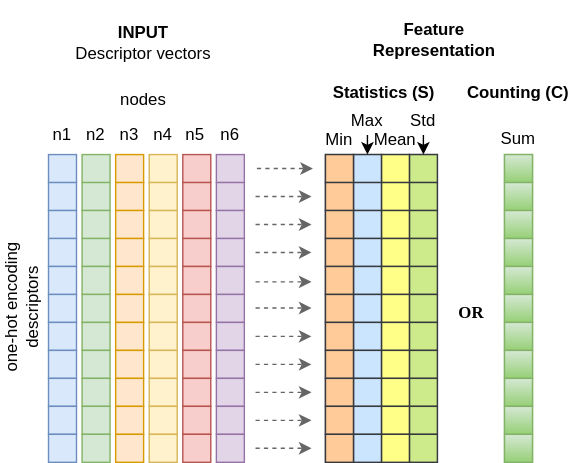
Before: figures/learning_model_fw_Hoffmann.svg, a diagram exported from draw.io (jajupmochi/RedoxPrediction). Source tidied: cells renumbered, new cells last; positions are measured from the earlier drawing's top-left corner, leaving out a move shared by most shapes.
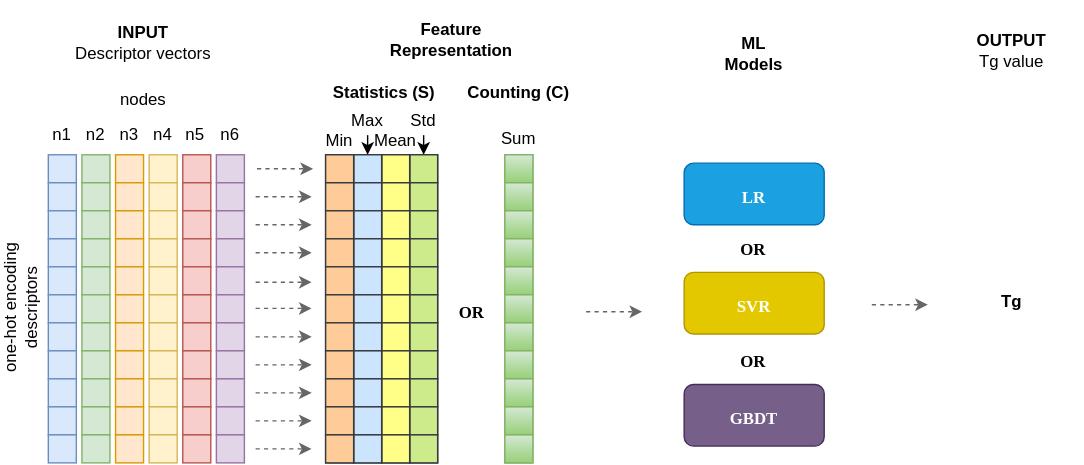
The same diagram one commit later.

Change to the diagram source:
```diff
@@ -228,7 +228,7 @@
       <mxGeometry x="124" y="56" width="60" height="30" as="geometry" />
     </mxCell>
     <mxCell id="77" value="&lt;div&gt;&lt;b&gt;Feature&lt;/b&gt;&lt;/div&gt;&lt;div&gt;&lt;b&gt;Representation&lt;/b&gt;&lt;/div&gt;" style="text;html=1;strokeColor=none;fillColor=none;align=center;verticalAlign=middle;whiteSpace=wrap;rounded=0;" parent="1" vertex="1">
-      <mxGeometry x="312" y="8" width="100" height="40" as="geometry" />
+      <mxGeometry x="324" y="8" width="100" height="40" as="geometry" />
     </mxCell>
     <mxCell id="78" value="&lt;b&gt;Statistics (S)&lt;br&gt;&lt;/b&gt;" style="text;html=1;strokeColor=none;fillColor=none;align=center;verticalAlign=middle;whiteSpace=wrap;rounded=0;" parent="1" vertex="1">
       <mxGeometry x="274" y="48" width="104" height="36" as="geometry" />
@@ -524,5 +524,50 @@
     <mxCell id="164" value="n6" style="text;html=1;strokeColor=none;fillColor=none;align=center;verticalAlign=middle;whiteSpace=wrap;rounded=0;" parent="1" vertex="1">
       <mxGeometry x="201" y="86" width="30" height="20" as="geometry" />
     </mxCell>
+    <mxCell id="165" value="&lt;b&gt;ML&lt;/b&gt;&lt;div&gt;&lt;b&gt;Models&lt;/b&gt;&lt;/div&gt;" style="text;html=1;strokeColor=none;fillColor=none;align=center;verticalAlign=middle;whiteSpace=wrap;rounded=0;" parent="1" vertex="1">
+      <mxGeometry x="540" y="18" width="100" height="40" as="geometry" />
+    </mxCell>
+    <mxCell id="166" value="&lt;div&gt;&lt;b&gt;OUTPUT&lt;/b&gt;&lt;/div&gt;&lt;div&gt;Tg value&lt;/div&gt;" style="text;html=1;strokeColor=none;fillColor=none;align=center;verticalAlign=middle;whiteSpace=wrap;rounded=0;" parent="1" vertex="1">
+      <mxGeometry x="724" y="16" width="100" height="40" as="geometry" />
+    </mxCell>
+    <mxCell id="167" value="&lt;div&gt;&lt;b&gt;Tg&lt;/b&gt;&lt;/div&gt;" style="text;html=1;strokeColor=none;fillColor=none;align=center;verticalAlign=middle;whiteSpace=wrap;rounded=0;" parent="1" vertex="1">
+      <mxGeometry x="724" y="195" width="100" height="40" as="geometry" />
+    </mxCell>
+    <mxCell id="168" style="endArrow=classic;html=1;rounded=0;fontFamily=Verdana;dashed=1;strokeColor=#666666;" parent="1" edge="1">
+      <mxGeometry relative="1" as="geometry">
+        <mxPoint x="674" y="217.1" as="sourcePoint" />
+        <mxPoint x="714" y="217.1" as="targetPoint" />
+      </mxGeometry>
+    </mxCell>
+    <mxCell id="169" style="rounded=1;whiteSpace=wrap;html=1;fontFamily=Verdana;fillColor=#1ba1e2;strokeColor=#006EAF;fontColor=#ffffff;" parent="1" vertex="1">
+      <mxGeometry x="540" y="116" width="100" height="44" as="geometry" />
+    </mxCell>
+    <mxCell id="170" value="&lt;font face=&quot;Verdana&quot; color=&quot;#FFFFFF&quot;&gt;&lt;b&gt;LR&lt;/b&gt;&lt;/font&gt;" style="text;html=1;strokeColor=none;fillColor=none;align=center;verticalAlign=middle;whiteSpace=wrap;rounded=0;fontFamily=Verdana;" parent="1" vertex="1">
+      <mxGeometry x="560" y="126" width="60" height="30" as="geometry" />
+    </mxCell>
+    <mxCell id="171" style="rounded=1;whiteSpace=wrap;html=1;fontFamily=Verdana;fillColor=#e3c800;strokeColor=#B09500;fontColor=#000000;" parent="1" vertex="1">
+      <mxGeometry x="540" y="194" width="100" height="44" as="geometry" />
+    </mxCell>
+    <mxCell id="172" value="&lt;font face=&quot;Verdana&quot; color=&quot;#FFFFFF&quot;&gt;&lt;b&gt;SVR&lt;/b&gt;&lt;/font&gt;" style="text;html=1;strokeColor=none;fillColor=none;align=center;verticalAlign=middle;whiteSpace=wrap;rounded=0;fontFamily=Verdana;" parent="1" vertex="1">
+      <mxGeometry x="560" y="204" width="60" height="30" as="geometry" />
+    </mxCell>
+    <mxCell id="173" style="rounded=1;whiteSpace=wrap;html=1;fontFamily=Verdana;fillColor=#76608a;strokeColor=#432D57;fontColor=#ffffff;" parent="1" vertex="1">
+      <mxGeometry x="540" y="274" width="100" height="44" as="geometry" />
+    </mxCell>
+    <mxCell id="174" value="&lt;font face=&quot;Verdana&quot; color=&quot;#FFFFFF&quot;&gt;&lt;b&gt;GBDT&lt;/b&gt;&lt;/font&gt;" style="text;html=1;strokeColor=none;fillColor=none;align=center;verticalAlign=middle;whiteSpace=wrap;rounded=0;fontFamily=Verdana;" parent="1" vertex="1">
+      <mxGeometry x="560" y="284" width="60" height="30" as="geometry" />
+    </mxCell>
+    <mxCell id="175" value="&lt;font face=&quot;Verdana&quot;&gt;&lt;b&gt;OR&lt;/b&gt;&lt;/font&gt;" style="text;html=1;strokeColor=none;fillColor=none;align=center;verticalAlign=middle;whiteSpace=wrap;rounded=0;" parent="1" vertex="1">
+      <mxGeometry x="571.5" y="165" width="37" height="25" as="geometry" />
+    </mxCell>
+    <mxCell id="176" value="&lt;font face=&quot;Verdana&quot;&gt;&lt;b&gt;OR&lt;/b&gt;&lt;/font&gt;" style="text;html=1;strokeColor=none;fillColor=none;align=center;verticalAlign=middle;whiteSpace=wrap;rounded=0;" parent="1" vertex="1">
+      <mxGeometry x="571.5" y="245" width="37" height="25" as="geometry" />
+    </mxCell>
+    <mxCell id="177" style="endArrow=classic;html=1;rounded=0;fontFamily=Verdana;dashed=1;strokeColor=#666666;" parent="1" edge="1">
+      <mxGeometry relative="1" as="geometry">
+        <mxPoint x="470" y="222.1" as="sourcePoint" />
+        <mxPoint x="510" y="222.1" as="targetPoint" />
+      </mxGeometry>
+    </mxCell>
   </root>
 </mxGraphModel>
```
